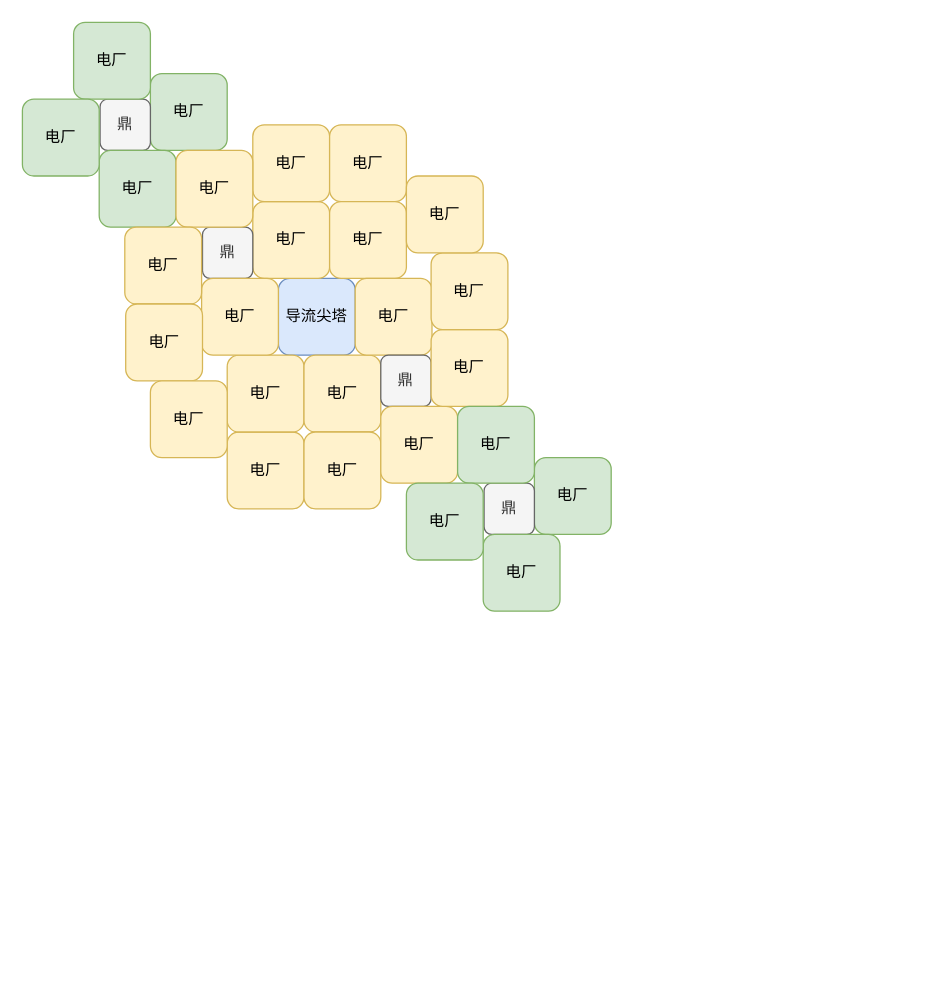
The draw.io diagram 日冕神州电网.drawio in BlurringShadow/BlurringShadow, before the edit. Source tidied: cells renumbered, new cells numbered last; positions are measured from the earlier drawing's top-left corner, leaving out a move shared by most shapes. Both pictures are drawn from the tidied source at 128%, with x=0, y=0 at pixel (22, 22).
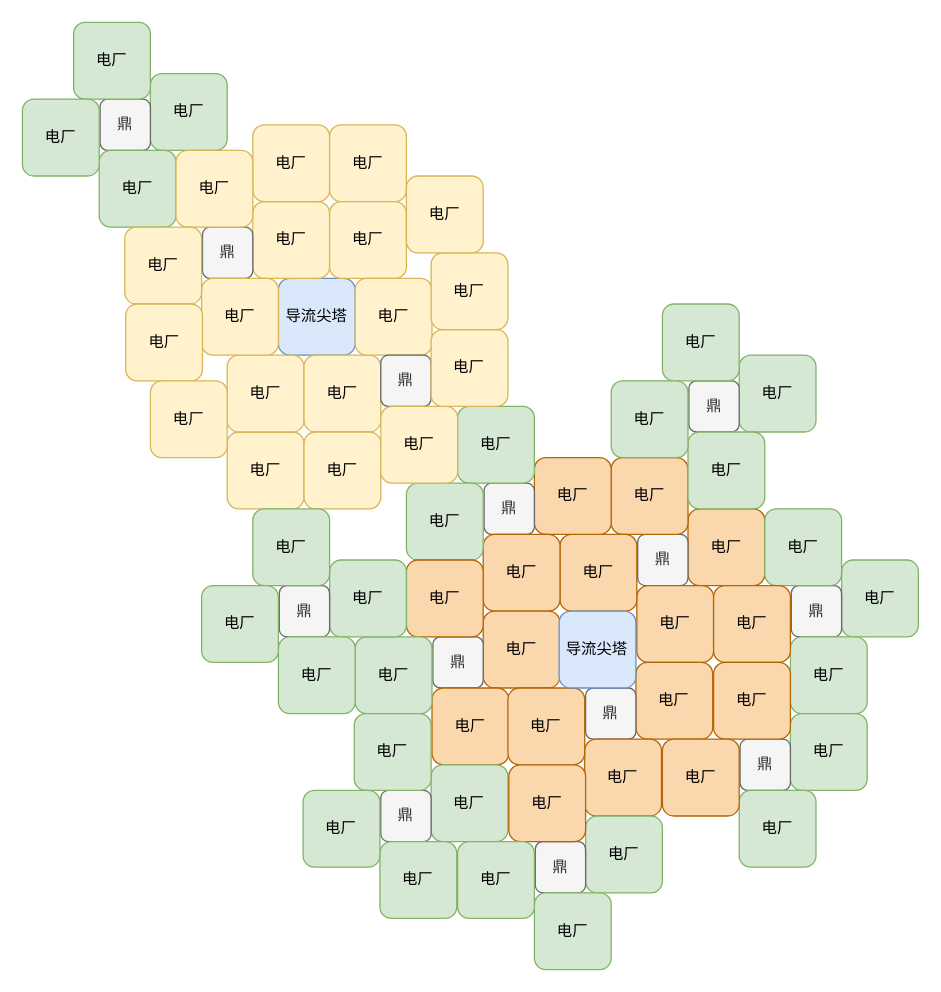
The same page after the edit.

Commit message:
更新日冕神州电网.drawio

The edit, as a diff of the source:
```diff
@@
-    <mxCell id="8" style="group;" parent="1" vertex="1">
-      <mxGeometry x="80" y="80" width="385" height="385" as="geometry" />
-    </mxCell>
+    <mxCell id="36" style="group;" parent="1" vertex="1">
+      <mxGeometry x="420" y="340" width="160" height="160" as="geometry" />
+    </mxCell>
+    <mxCell id="37" value="电厂" style="rounded=1;whiteSpace=wrap;html=1;fillColor=#fad7ac;strokeColor=#b46504;" parent="36" vertex="1">
+      <mxGeometry x="100" y="40" width="60" height="60" as="geometry" />
+    </mxCell>
+    <mxCell id="38" value="鼎" style="rounded=1;whiteSpace=wrap;html=1;fillColor=#f5f5f5;strokeColor=#666666;fontColor=#333333;" parent="36" vertex="1">
+      <mxGeometry x="60.7" y="60" width="39.3" height="40" as="geometry" />
+    </mxCell>
+    <mxCell id="39" value="电厂" style="rounded=1;whiteSpace=wrap;html=1;fillColor=#fad7ac;strokeColor=#b46504;" parent="36" vertex="1">
+      <mxGeometry x="60" y="100" width="60" height="60" as="geometry" />
+    </mxCell>
+    <mxCell id="40" value="电厂" style="rounded=1;whiteSpace=wrap;html=1;fillColor=#fad7ac;strokeColor=#b46504;" parent="36" vertex="1">
+      <mxGeometry x="40" width="60" height="60" as="geometry" />
+    </mxCell>
+    <mxCell id="41" value="电厂" style="rounded=1;whiteSpace=wrap;html=1;fillColor=#fad7ac;strokeColor=#b46504;" parent="36" vertex="1">
+      <mxGeometry y="60" width="60" height="60" as="geometry" />
+    </mxCell>
+    <mxCell id="42" style="group;" parent="1" vertex="1">
+      <mxGeometry x="300" y="300" width="160" height="160" as="geometry" />
+    </mxCell>
+    <mxCell id="43" value="电厂" style="rounded=1;whiteSpace=wrap;html=1;fillColor=#fad7ac;strokeColor=#b46504;" parent="42" vertex="1">
+      <mxGeometry x="100" y="40" width="60" height="60" as="geometry" />
+    </mxCell>
+    <mxCell id="44" value="鼎" style="rounded=1;whiteSpace=wrap;html=1;fillColor=#f5f5f5;strokeColor=#666666;fontColor=#333333;" parent="42" vertex="1">
+      <mxGeometry x="60.7" y="60" width="39.3" height="40" as="geometry" />
+    </mxCell>
+    <mxCell id="45" value="电厂" style="rounded=1;whiteSpace=wrap;html=1;fillColor=#fad7ac;strokeColor=#b46504;" parent="42" vertex="1">
+      <mxGeometry x="60" y="100" width="60" height="60" as="geometry" />
+    </mxCell>
+    <mxCell id="46" value="电厂" style="rounded=1;whiteSpace=wrap;html=1;fillColor=#d5e8d4;strokeColor=#82b366;" parent="42" vertex="1">
+      <mxGeometry x="40" width="60" height="60" as="geometry" />
+    </mxCell>
+    <mxCell id="47" value="电厂" style="rounded=1;whiteSpace=wrap;html=1;fillColor=#d5e8d4;strokeColor=#82b366;" parent="42" vertex="1">
+      <mxGeometry y="60" width="60" height="60" as="geometry" />
+    </mxCell>
+    <mxCell id="48" style="group;" parent="1" vertex="1">
+      <mxGeometry x="260" y="420" width="160" height="160" as="geometry" />
+    </mxCell>
+    <mxCell id="49" value="电厂" style="rounded=1;whiteSpace=wrap;html=1;fillColor=#fad7ac;strokeColor=#b46504;" parent="48" vertex="1">
+      <mxGeometry x="100" y="40" width="60" height="60" as="geometry" />
+    </mxCell>
+    <mxCell id="50" value="鼎" style="rounded=1;whiteSpace=wrap;html=1;fillColor=#f5f5f5;strokeColor=#666666;fontColor=#333333;" parent="48" vertex="1">
+      <mxGeometry x="60.7" y="60" width="39.3" height="40" as="geometry" />
+    </mxCell>
+    <mxCell id="51" value="电厂" style="rounded=1;whiteSpace=wrap;html=1;fillColor=#fad7ac;strokeColor=#b46504;" parent="48" vertex="1">
+      <mxGeometry x="60" y="100" width="60" height="60" as="geometry" />
+    </mxCell>
+    <mxCell id="52" value="电厂" style="rounded=1;whiteSpace=wrap;html=1;fillColor=#fad7ac;strokeColor=#b46504;" parent="48" vertex="1">
+      <mxGeometry x="40" width="60" height="60" as="geometry" />
+    </mxCell>
+    <mxCell id="53" value="电厂" style="rounded=1;whiteSpace=wrap;html=1;fillColor=#d5e8d4;strokeColor=#82b366;" parent="48" vertex="1">
+      <mxGeometry y="60" width="60" height="60" as="geometry" />
+    </mxCell>
+    <mxCell id="54" style="group;" parent="1" vertex="1">
+      <mxGeometry x="80" y="80" width="299.3" height="300" as="geometry" />
+    </mxCell>
-    <mxCell id="9" value="导流尖塔" style="rounded=1;whiteSpace=wrap;html=1;fillColor=#dae8fc;strokeColor=#6c8ebf;imageHeight=24;imageWidth=24;" parent="8" vertex="1">
+    <mxCell id="9" value="导流尖塔" style="rounded=1;whiteSpace=wrap;html=1;fillColor=#dae8fc;strokeColor=#6c8ebf;imageHeight=24;imageWidth=24;" parent="54" vertex="1">
       <mxGeometry x="120" y="120" width="60" height="60" as="geometry" />
     </mxCell>
-    <mxCell id="10" value="电厂" style="rounded=1;whiteSpace=wrap;html=1;fillColor=#fff2cc;strokeColor=#d6b656;" parent="8" vertex="1">
+    <mxCell id="10" value="电厂" style="rounded=1;whiteSpace=wrap;html=1;fillColor=#fff2cc;strokeColor=#d6b656;" parent="54" vertex="1">
       <mxGeometry x="100" y="60" width="60" height="60" as="geometry" />
     </mxCell>
-    <mxCell id="11" value="鼎" style="rounded=1;whiteSpace=wrap;html=1;fillColor=#f5f5f5;strokeColor=#666666;fontColor=#333333;" parent="8" vertex="1">
+    <mxCell id="11" value="鼎" style="rounded=1;whiteSpace=wrap;html=1;fillColor=#f5f5f5;strokeColor=#666666;fontColor=#333333;" parent="54" vertex="1">
       <mxGeometry x="60.7" y="80" width="39.3" height="40" as="geometry" />
     </mxCell>
-    <mxCell id="12" value="电厂" style="rounded=1;whiteSpace=wrap;html=1;fillColor=#fff2cc;strokeColor=#d6b656;" parent="8" vertex="1">
+    <mxCell id="12" value="电厂" style="rounded=1;whiteSpace=wrap;html=1;fillColor=#fff2cc;strokeColor=#d6b656;" parent="54" vertex="1">
       <mxGeometry x="100" width="60" height="60" as="geometry" />
     </mxCell>
-    <mxCell id="13" value="电厂" style="rounded=1;whiteSpace=wrap;html=1;fillColor=#fff2cc;strokeColor=#d6b656;" parent="8" vertex="1">
+    <mxCell id="13" value="电厂" style="rounded=1;whiteSpace=wrap;html=1;fillColor=#fff2cc;strokeColor=#d6b656;" parent="54" vertex="1">
       <mxGeometry x="160" width="60" height="60" as="geometry" />
     </mxCell>
-    <mxCell id="14" value="电厂" style="rounded=1;whiteSpace=wrap;html=1;fillColor=#fff2cc;strokeColor=#d6b656;" parent="8" vertex="1">
+    <mxCell id="14" value="电厂" style="rounded=1;whiteSpace=wrap;html=1;fillColor=#fff2cc;strokeColor=#d6b656;" parent="54" vertex="1">
       <mxGeometry x="160" y="60" width="60" height="60" as="geometry" />
     </mxCell>
-    <mxCell id="15" value="电厂" style="rounded=1;whiteSpace=wrap;html=1;fillColor=#fff2cc;strokeColor=#d6b656;" parent="8" vertex="1">
+    <mxCell id="15" value="电厂" style="rounded=1;whiteSpace=wrap;html=1;fillColor=#fff2cc;strokeColor=#d6b656;" parent="54" vertex="1">
       <mxGeometry x="80" y="240" width="60" height="60" as="geometry" />
     </mxCell>
-    <mxCell id="16" value="电厂" style="rounded=1;whiteSpace=wrap;html=1;fillColor=#fff2cc;strokeColor=#d6b656;" parent="8" vertex="1">
+    <mxCell id="16" value="电厂" style="rounded=1;whiteSpace=wrap;html=1;fillColor=#fff2cc;strokeColor=#d6b656;" parent="54" vertex="1">
       <mxGeometry x="80" y="180" width="60" height="60" as="geometry" />
     </mxCell>
-    <mxCell id="17" value="电厂" style="rounded=1;whiteSpace=wrap;html=1;fillColor=#fff2cc;strokeColor=#d6b656;" parent="8" vertex="1">
+    <mxCell id="17" value="电厂" style="rounded=1;whiteSpace=wrap;html=1;fillColor=#fff2cc;strokeColor=#d6b656;" parent="54" vertex="1">
       <mxGeometry x="140" y="180" width="60" height="60" as="geometry" />
     </mxCell>
-    <mxCell id="18" value="电厂" style="rounded=1;whiteSpace=wrap;html=1;fillColor=#fff2cc;strokeColor=#d6b656;" parent="8" vertex="1">
+    <mxCell id="18" value="电厂" style="rounded=1;whiteSpace=wrap;html=1;fillColor=#fff2cc;strokeColor=#d6b656;" parent="54" vertex="1">
       <mxGeometry x="140" y="240" width="60" height="60" as="geometry" />
     </mxCell>
-    <mxCell id="19" value="电厂" style="rounded=1;whiteSpace=wrap;html=1;fillColor=#fff2cc;strokeColor=#d6b656;" parent="8" vertex="1">
+    <mxCell id="19" value="电厂" style="rounded=1;whiteSpace=wrap;html=1;fillColor=#fff2cc;strokeColor=#d6b656;" parent="54" vertex="1">
       <mxGeometry x="60" y="120" width="60" height="60" as="geometry" />
     </mxCell>
-    <mxCell id="20" value="电厂" style="rounded=1;whiteSpace=wrap;html=1;fillColor=#fff2cc;strokeColor=#d6b656;" parent="8" vertex="1">
+    <mxCell id="20" value="电厂" style="rounded=1;whiteSpace=wrap;html=1;fillColor=#fff2cc;strokeColor=#d6b656;" parent="54" vertex="1">
       <mxGeometry x="180" y="120" width="60" height="60" as="geometry" />
     </mxCell>
-    <mxCell id="21" value="鼎" style="rounded=1;whiteSpace=wrap;html=1;fillColor=#f5f5f5;strokeColor=#666666;fontColor=#333333;" parent="8" vertex="1">
+    <mxCell id="21" value="鼎" style="rounded=1;whiteSpace=wrap;html=1;fillColor=#f5f5f5;strokeColor=#666666;fontColor=#333333;" parent="54" vertex="1">
       <mxGeometry x="200" y="180" width="39.3" height="40" as="geometry" />
     </mxCell>
-    <mxCell id="22" value="电厂" style="rounded=1;whiteSpace=wrap;html=1;fillColor=#fff2cc;strokeColor=#d6b656;" parent="8" vertex="1">
+    <mxCell id="22" value="电厂" style="rounded=1;whiteSpace=wrap;html=1;fillColor=#fff2cc;strokeColor=#d6b656;" parent="54" vertex="1">
       <mxGeometry x="40" y="20" width="60" height="60" as="geometry" />
     </mxCell>
-    <mxCell id="23" value="电厂" style="rounded=1;whiteSpace=wrap;html=1;fillColor=#fff2cc;strokeColor=#d6b656;" parent="8" vertex="1">
+    <mxCell id="23" value="电厂" style="rounded=1;whiteSpace=wrap;html=1;fillColor=#fff2cc;strokeColor=#d6b656;" parent="54" vertex="1">
       <mxGeometry y="80" width="60" height="60" as="geometry" />
     </mxCell>
-    <mxCell id="24" value="电厂" style="rounded=1;whiteSpace=wrap;html=1;fillColor=#fff2cc;strokeColor=#d6b656;" parent="8" vertex="1">
+    <mxCell id="24" value="电厂" style="rounded=1;whiteSpace=wrap;html=1;fillColor=#fff2cc;strokeColor=#d6b656;" parent="54" vertex="1">
       <mxGeometry x="200" y="220" width="60" height="60" as="geometry" />
     </mxCell>
-    <mxCell id="25" value="电厂" style="rounded=1;whiteSpace=wrap;html=1;fillColor=#fff2cc;strokeColor=#d6b656;" parent="8" vertex="1">
+    <mxCell id="25" value="电厂" style="rounded=1;whiteSpace=wrap;html=1;fillColor=#fff2cc;strokeColor=#d6b656;" parent="54" vertex="1">
       <mxGeometry x="239.3" y="160" width="60" height="60" as="geometry" />
     </mxCell>
-    <mxCell id="26" value="电厂" style="rounded=1;whiteSpace=wrap;html=1;fillColor=#fff2cc;strokeColor=#d6b656;" parent="8" vertex="1">
+    <mxCell id="26" value="电厂" style="rounded=1;whiteSpace=wrap;html=1;fillColor=#fff2cc;strokeColor=#d6b656;" parent="54" vertex="1">
       <mxGeometry x="0.7" y="140" width="60" height="60" as="geometry" />
     </mxCell>
-    <mxCell id="27" value="电厂" style="rounded=1;whiteSpace=wrap;html=1;fillColor=#fff2cc;strokeColor=#d6b656;" parent="8" vertex="1">
+    <mxCell id="27" value="电厂" style="rounded=1;whiteSpace=wrap;html=1;fillColor=#fff2cc;strokeColor=#d6b656;" parent="54" vertex="1">
       <mxGeometry x="20" y="200" width="60" height="60" as="geometry" />
     </mxCell>
-    <mxCell id="28" value="电厂" style="rounded=1;whiteSpace=wrap;html=1;fillColor=#fff2cc;strokeColor=#d6b656;" parent="8" vertex="1">
+    <mxCell id="28" value="电厂" style="rounded=1;whiteSpace=wrap;html=1;fillColor=#fff2cc;strokeColor=#d6b656;" parent="54" vertex="1">
       <mxGeometry x="239.3" y="100" width="60" height="60" as="geometry" />
     </mxCell>
-    <mxCell id="29" value="电厂" style="rounded=1;whiteSpace=wrap;html=1;fillColor=#fff2cc;strokeColor=#d6b656;" parent="8" vertex="1">
+    <mxCell id="29" value="电厂" style="rounded=1;whiteSpace=wrap;html=1;fillColor=#fff2cc;strokeColor=#d6b656;" parent="54" vertex="1">
       <mxGeometry x="220" y="40" width="60" height="60" as="geometry" />
     </mxCell>
-    <mxCell id="30" style="group;" parent="8" vertex="1">
-      <mxGeometry x="220" y="220" width="160" height="160" as="geometry" />
-    </mxCell>
-    <mxCell id="31" value="电厂" style="rounded=1;whiteSpace=wrap;html=1;fillColor=#d5e8d4;strokeColor=#82b366;" parent="30" vertex="1">
-      <mxGeometry x="100" y="40" width="60" height="60" as="geometry" />
-    </mxCell>
-    <mxCell id="32" value="鼎" style="rounded=1;whiteSpace=wrap;html=1;fillColor=#f5f5f5;strokeColor=#666666;fontColor=#333333;" parent="30" vertex="1">
-      <mxGeometry x="60.7" y="60" width="39.3" height="40" as="geometry" />
-    </mxCell>
-    <mxCell id="33" value="电厂" style="rounded=1;whiteSpace=wrap;html=1;fillColor=#d5e8d4;strokeColor=#82b366;" parent="30" vertex="1">
-      <mxGeometry x="60" y="100" width="60" height="60" as="geometry" />
-    </mxCell>
-    <mxCell id="34" value="电厂" style="rounded=1;whiteSpace=wrap;html=1;fillColor=#d5e8d4;strokeColor=#82b366;" parent="30" vertex="1">
-      <mxGeometry x="40" width="60" height="60" as="geometry" />
-    </mxCell>
-    <mxCell id="35" value="电厂" style="rounded=1;whiteSpace=wrap;html=1;fillColor=#d5e8d4;strokeColor=#82b366;" parent="30" vertex="1">
-      <mxGeometry y="60" width="60" height="60" as="geometry" />
-    </mxCell>
+    <mxCell id="55" style="group;" parent="1" vertex="1">
+      <mxGeometry x="379.3" y="460" width="160" height="160" as="geometry" />
+    </mxCell>
+    <mxCell id="56" value="电厂" style="rounded=1;whiteSpace=wrap;html=1;fillColor=#fad7ac;strokeColor=#b46504;" parent="55" vertex="1">
+      <mxGeometry x="100" y="40" width="60" height="60" as="geometry" />
+    </mxCell>
+    <mxCell id="57" value="鼎" style="rounded=1;whiteSpace=wrap;html=1;fillColor=#f5f5f5;strokeColor=#666666;fontColor=#333333;" parent="55" vertex="1">
+      <mxGeometry x="60.7" y="60" width="39.3" height="40" as="geometry" />
+    </mxCell>
+    <mxCell id="58" value="电厂" style="rounded=1;whiteSpace=wrap;html=1;fillColor=#fad7ac;strokeColor=#b46504;" parent="55" vertex="1">
+      <mxGeometry x="60" y="100" width="60" height="60" as="geometry" />
+    </mxCell>
+    <mxCell id="59" value="电厂" style="rounded=1;whiteSpace=wrap;html=1;fillColor=#fad7ac;strokeColor=#b46504;" parent="55" vertex="1">
+      <mxGeometry y="60" width="60" height="60" as="geometry" />
+    </mxCell>
+    <mxCell id="60" value="导流尖塔" style="rounded=1;whiteSpace=wrap;html=1;fillColor=#dae8fc;strokeColor=#6c8ebf;imageHeight=24;imageWidth=24;" parent="55" vertex="1">
+      <mxGeometry x="40" width="60" height="60" as="geometry" />
+    </mxCell>
+    <mxCell id="61" style="group;" parent="1" vertex="1">
+      <mxGeometry x="460" y="220" width="160" height="160" as="geometry" />
+    </mxCell>
+    <mxCell id="62" value="电厂" style="rounded=1;whiteSpace=wrap;html=1;fillColor=#d5e8d4;strokeColor=#82b366;" parent="61" vertex="1">
+      <mxGeometry x="100" y="40" width="60" height="60" as="geometry" />
+    </mxCell>
+    <mxCell id="63" value="鼎" style="rounded=1;whiteSpace=wrap;html=1;fillColor=#f5f5f5;strokeColor=#666666;fontColor=#333333;" parent="61" vertex="1">
+      <mxGeometry x="60.7" y="60" width="39.3" height="40" as="geometry" />
+    </mxCell>
+    <mxCell id="64" value="电厂" style="rounded=1;whiteSpace=wrap;html=1;fillColor=#d5e8d4;strokeColor=#82b366;" parent="61" vertex="1">
+      <mxGeometry x="60" y="100" width="60" height="60" as="geometry" />
+    </mxCell>
+    <mxCell id="65" value="电厂" style="rounded=1;whiteSpace=wrap;html=1;fillColor=#d5e8d4;strokeColor=#82b366;" parent="61" vertex="1">
+      <mxGeometry x="40" width="60" height="60" as="geometry" />
+    </mxCell>
+    <mxCell id="66" value="电厂" style="rounded=1;whiteSpace=wrap;html=1;fillColor=#d5e8d4;strokeColor=#82b366;" parent="61" vertex="1">
+      <mxGeometry y="60" width="60" height="60" as="geometry" />
+    </mxCell>
+    <mxCell id="67" style="group;" parent="1" vertex="1">
+      <mxGeometry x="140" y="380" width="160" height="160" as="geometry" />
+    </mxCell>
+    <mxCell id="68" value="电厂" style="rounded=1;whiteSpace=wrap;html=1;fillColor=#d5e8d4;strokeColor=#82b366;" parent="67" vertex="1">
+      <mxGeometry x="100" y="40" width="60" height="60" as="geometry" />
+    </mxCell>
+    <mxCell id="69" value="鼎" style="rounded=1;whiteSpace=wrap;html=1;fillColor=#f5f5f5;strokeColor=#666666;fontColor=#333333;" parent="67" vertex="1">
+      <mxGeometry x="60.7" y="60" width="39.3" height="40" as="geometry" />
+    </mxCell>
+    <mxCell id="70" value="电厂" style="rounded=1;whiteSpace=wrap;html=1;fillColor=#d5e8d4;strokeColor=#82b366;" parent="67" vertex="1">
+      <mxGeometry x="60" y="100" width="60" height="60" as="geometry" />
+    </mxCell>
+    <mxCell id="71" value="电厂" style="rounded=1;whiteSpace=wrap;html=1;fillColor=#d5e8d4;strokeColor=#82b366;" parent="67" vertex="1">
+      <mxGeometry x="40" width="60" height="60" as="geometry" />
+    </mxCell>
+    <mxCell id="72" value="电厂" style="rounded=1;whiteSpace=wrap;html=1;fillColor=#d5e8d4;strokeColor=#82b366;" parent="67" vertex="1">
+      <mxGeometry y="60" width="60" height="60" as="geometry" />
+    </mxCell>
+    <mxCell id="73" style="group;" parent="1" vertex="1">
+      <mxGeometry x="219.3" y="540" width="160" height="160" as="geometry" />
+    </mxCell>
+    <mxCell id="74" value="电厂" style="rounded=1;whiteSpace=wrap;html=1;fillColor=#d5e8d4;strokeColor=#82b366;" parent="73" vertex="1">
+      <mxGeometry x="100" y="40" width="60" height="60" as="geometry" />
+    </mxCell>
+    <mxCell id="75" value="鼎" style="rounded=1;whiteSpace=wrap;html=1;fillColor=#f5f5f5;strokeColor=#666666;fontColor=#333333;" parent="73" vertex="1">
+      <mxGeometry x="60.7" y="60" width="39.3" height="40" as="geometry" />
+    </mxCell>
+    <mxCell id="76" value="电厂" style="rounded=1;whiteSpace=wrap;html=1;fillColor=#d5e8d4;strokeColor=#82b366;" parent="73" vertex="1">
+      <mxGeometry x="60" y="100" width="60" height="60" as="geometry" />
+    </mxCell>
+    <mxCell id="77" value="电厂" style="rounded=1;whiteSpace=wrap;html=1;fillColor=#d5e8d4;strokeColor=#82b366;" parent="73" vertex="1">
+      <mxGeometry x="40" width="60" height="60" as="geometry" />
+    </mxCell>
+    <mxCell id="78" value="电厂" style="rounded=1;whiteSpace=wrap;html=1;fillColor=#d5e8d4;strokeColor=#82b366;" parent="73" vertex="1">
+      <mxGeometry y="60" width="60" height="60" as="geometry" />
+    </mxCell>
+    <mxCell id="79" style="group;" parent="1" vertex="1">
+      <mxGeometry x="340" y="580" width="160" height="160" as="geometry" />
+    </mxCell>
+    <mxCell id="80" value="电厂" style="rounded=1;whiteSpace=wrap;html=1;fillColor=#d5e8d4;strokeColor=#82b366;" parent="79" vertex="1">
+      <mxGeometry x="100" y="40" width="60" height="60" as="geometry" />
+    </mxCell>
+    <mxCell id="81" value="鼎" style="rounded=1;whiteSpace=wrap;html=1;fillColor=#f5f5f5;strokeColor=#666666;fontColor=#333333;" parent="79" vertex="1">
+      <mxGeometry x="60.7" y="60" width="39.3" height="40" as="geometry" />
+    </mxCell>
+    <mxCell id="82" value="电厂" style="rounded=1;whiteSpace=wrap;html=1;fillColor=#d5e8d4;strokeColor=#82b366;" parent="79" vertex="1">
+      <mxGeometry x="60" y="100" width="60" height="60" as="geometry" />
+    </mxCell>
+    <mxCell id="83" value="电厂" style="rounded=1;whiteSpace=wrap;html=1;fillColor=#fad7ac;strokeColor=#b46504;" parent="79" vertex="1">
+      <mxGeometry x="40" width="60" height="60" as="geometry" />
+    </mxCell>
+    <mxCell id="84" value="电厂" style="rounded=1;whiteSpace=wrap;html=1;fillColor=#d5e8d4;strokeColor=#82b366;" parent="79" vertex="1">
+      <mxGeometry y="60" width="60" height="60" as="geometry" />
+    </mxCell>
+    <mxCell id="85" style="group;" parent="1" vertex="1">
+      <mxGeometry x="540" y="380" width="160" height="160" as="geometry" />
+    </mxCell>
+    <mxCell id="86" value="电厂" style="rounded=1;whiteSpace=wrap;html=1;fillColor=#d5e8d4;strokeColor=#82b366;" parent="85" vertex="1">
+      <mxGeometry x="100" y="40" width="60" height="60" as="geometry" />
+    </mxCell>
+    <mxCell id="87" value="鼎" style="rounded=1;whiteSpace=wrap;html=1;fillColor=#f5f5f5;strokeColor=#666666;fontColor=#333333;" parent="85" vertex="1">
+      <mxGeometry x="60.7" y="60" width="39.3" height="40" as="geometry" />
+    </mxCell>
+    <mxCell id="88" value="电厂" style="rounded=1;whiteSpace=wrap;html=1;fillColor=#d5e8d4;strokeColor=#82b366;" parent="85" vertex="1">
+      <mxGeometry x="60" y="100" width="60" height="60" as="geometry" />
+    </mxCell>
+    <mxCell id="89" value="电厂" style="rounded=1;whiteSpace=wrap;html=1;fillColor=#d5e8d4;strokeColor=#82b366;" parent="85" vertex="1">
+      <mxGeometry x="40" width="60" height="60" as="geometry" />
+    </mxCell>
+    <mxCell id="90" value="电厂" style="rounded=1;whiteSpace=wrap;html=1;fillColor=#fad7ac;strokeColor=#b46504;" parent="85" vertex="1">
+      <mxGeometry y="60" width="60" height="60" as="geometry" />
+    </mxCell>
+    <mxCell id="91" style="group;" parent="1" vertex="1">
+      <mxGeometry x="500" y="500" width="160" height="160" as="geometry" />
+    </mxCell>
+    <mxCell id="92" value="电厂" style="rounded=1;whiteSpace=wrap;html=1;fillColor=#d5e8d4;strokeColor=#82b366;" parent="91" vertex="1">
+      <mxGeometry x="100" y="40" width="60" height="60" as="geometry" />
+    </mxCell>
+    <mxCell id="93" value="鼎" style="rounded=1;whiteSpace=wrap;html=1;fillColor=#f5f5f5;strokeColor=#666666;fontColor=#333333;" parent="91" vertex="1">
+      <mxGeometry x="60.7" y="60" width="39.3" height="40" as="geometry" />
+    </mxCell>
+    <mxCell id="94" value="电厂" style="rounded=1;whiteSpace=wrap;html=1;fillColor=#d5e8d4;strokeColor=#82b366;" parent="91" vertex="1">
+      <mxGeometry x="60" y="100" width="60" height="60" as="geometry" />
+    </mxCell>
+    <mxCell id="95" value="电厂" style="rounded=1;whiteSpace=wrap;html=1;fillColor=#fad7ac;strokeColor=#b46504;" parent="91" vertex="1">
+      <mxGeometry x="40" width="60" height="60" as="geometry" />
+    </mxCell>
+    <mxCell id="96" value="电厂" style="rounded=1;whiteSpace=wrap;html=1;fillColor=#fad7ac;strokeColor=#b46504;" parent="91" vertex="1">
+      <mxGeometry y="60" width="60" height="60" as="geometry" />
+    </mxCell>
```
